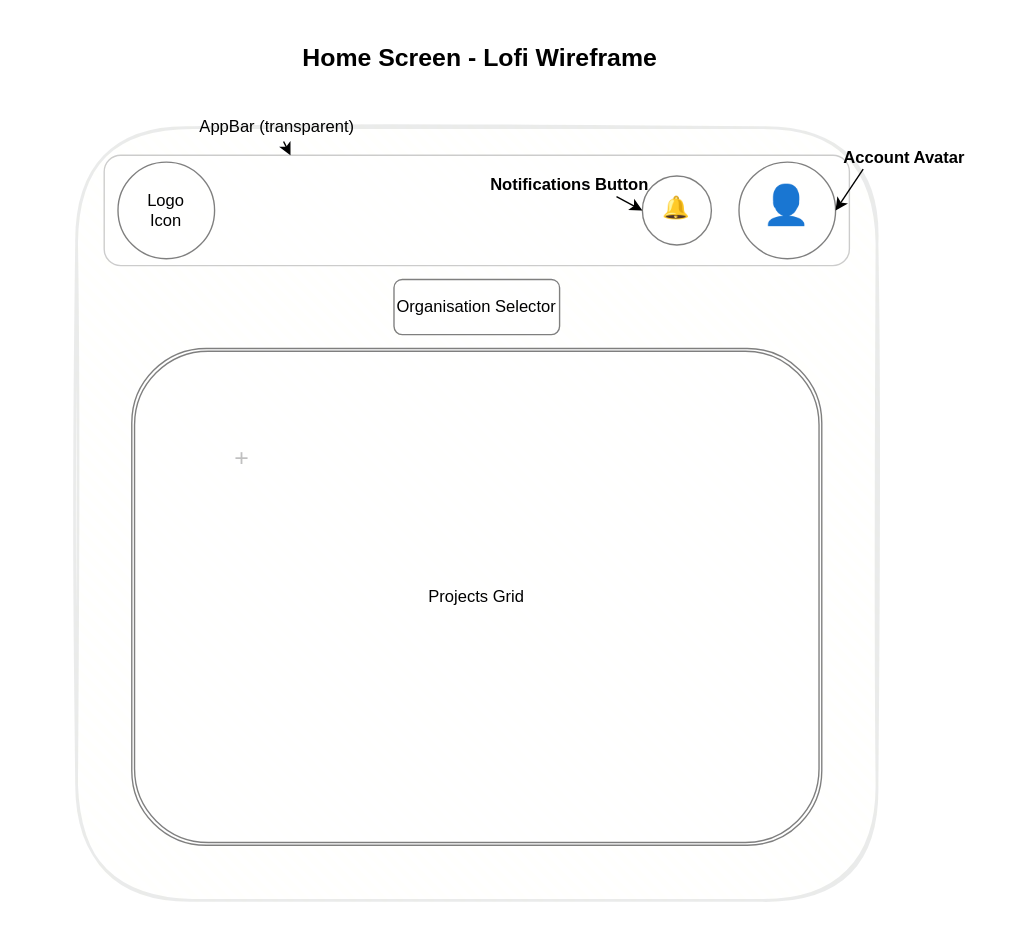
The draw.io diagram page "Wireframes" (4 of 4) of packages/flutter/apps/adventuring/the_process/docs/design/home/home.dio in enspyrco/monorepo, before the edit. Source tidied: cells renumbered, new cells numbered last; positions are measured from the earlier drawing's top-left corner, leaving out a move shared by most shapes. Both pictures are drawn from the tidied source at 138%, with x=0, y=0 at pixel (76, 44).
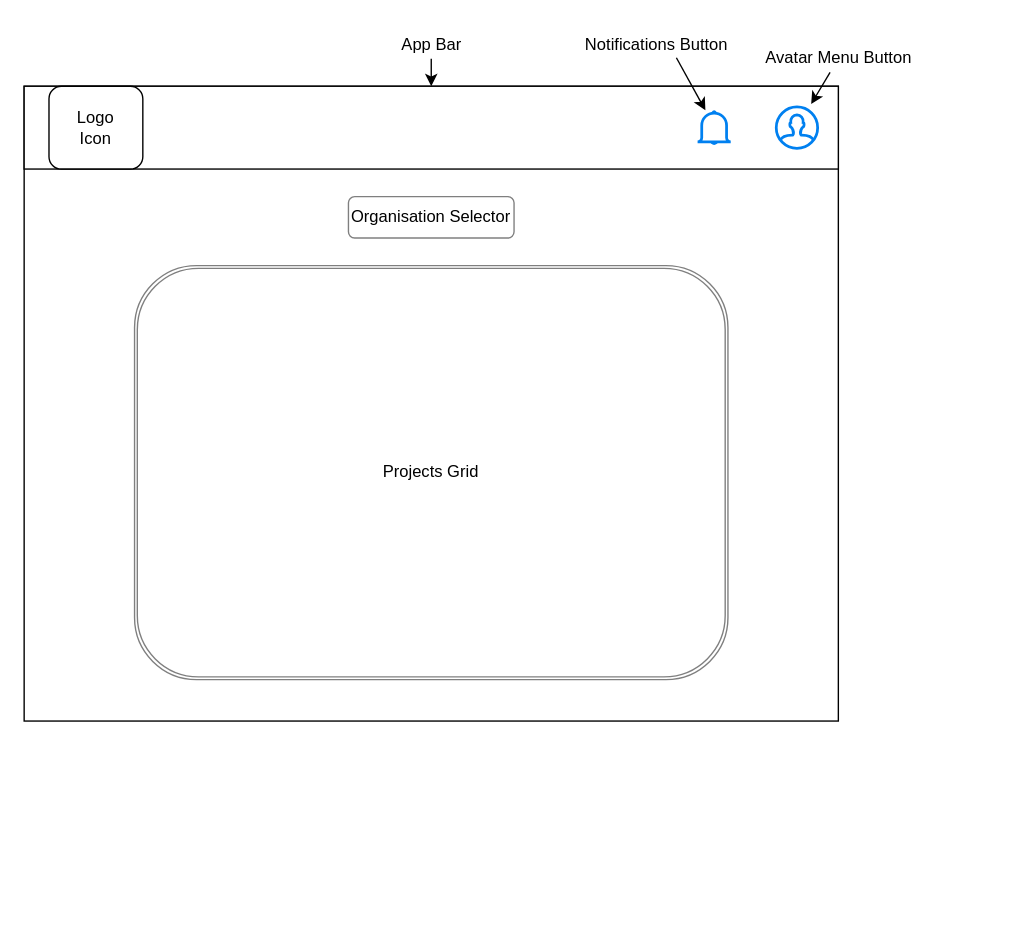
Above is the later version.

Change to the diagram source:
```diff
@@
 <mxGraphModel>
   <root>
     <mxCell id="0" />
     <mxCell id="1" parent="0" />
-    <mxCell id="2" style="rounded=1;whiteSpace=wrap;html=1;strokeWidth=2;fillWeight=4;hachureGap=8;hachureAngle=45;fillColor=#f9f7ed;sketch=1;opacity=10;strokeColor=#36393d;" parent="1" vertex="1">
-      <mxGeometry y="60" width="580" height="560" as="geometry" />
-    </mxCell>
-    <mxCell id="3" style="rounded=1;whiteSpace=wrap;html=1;opacity=20;" parent="1" vertex="1">
-      <mxGeometry x="20" y="80" width="540" height="80" as="geometry" />
-    </mxCell>
-    <mxCell id="4" value="&lt;h2&gt;Home Screen - Lofi Wireframe&lt;/h2&gt;" style="text;html=1;strokeColor=none;fillColor=none;align=center;verticalAlign=middle;whiteSpace=wrap;rounded=0;opacity=50;" parent="1" vertex="1">
-      <mxGeometry x="155" width="275" height="20" as="geometry" />
-    </mxCell>
+    <mxCell id="17" style="whiteSpace=wrap;html=1;" parent="1" vertex="1">
+      <mxGeometry x="-38" y="30" width="590" height="460" as="geometry" />
+    </mxCell>
+    <mxCell id="18" style="whiteSpace=wrap;html=1;" parent="1" vertex="1">
+      <mxGeometry x="-38" y="30" width="590" height="60" as="geometry" />
+    </mxCell>
+    <mxCell id="19" style="edgeStyle=none;html=1;entryX=0.5;entryY=0;entryDx=0;entryDy=0;" parent="1" edge="1" source="20" target="18">
+      <mxGeometry relative="1" as="geometry" />
+    </mxCell>
+    <mxCell id="20" value="App Bar" style="text;html=1;align=center;verticalAlign=middle;points=[];strokeColor=none;fillColor=none;" parent="1" vertex="1">
+      <mxGeometry x="227" y="-10" width="60" height="20" as="geometry" />
+    </mxCell>
+    <mxCell id="21" style="edgeStyle=none;html=1;" parent="1" edge="1" source="22">
+      <mxGeometry relative="1" as="geometry">
+        <mxPoint x="532.3" y="42.9" as="targetPoint" />
+      </mxGeometry>
+    </mxCell>
+    <mxCell id="22" value="Avatar Menu Button" style="text;html=1;align=center;verticalAlign=middle;points=[];strokeColor=none;fillColor=none;" parent="1" vertex="1">
+      <mxGeometry x="492" width="120" height="20" as="geometry" />
+    </mxCell>
-    <mxCell id="5" value="Logo&lt;br&gt;Icon" style="ellipse;whiteSpace=wrap;html=1;opacity=50;" parent="1" vertex="1">
-      <mxGeometry x="30" y="85" width="70" height="70" as="geometry" />
+    <mxCell id="5" value="Logo&lt;br&gt;Icon" style="rounded=1;whiteSpace=wrap;html=1;" parent="1" vertex="1">
+      <mxGeometry x="-20" y="30" width="68" height="60" as="geometry" />
     </mxCell>
+    <mxCell id="23" style="html=1;verticalLabelPosition=bottom;align=center;labelBackgroundColor=#ffffff;verticalAlign=top;strokeWidth=2;strokeColor=#0080F0;shadow=0;dashed=0;shape=mxgraph.ios7.icons.user;" parent="1" vertex="1">
+      <mxGeometry x="507" y="45" width="30" height="30" as="geometry" />
+    </mxCell>
+    <mxCell id="24" style="html=1;verticalLabelPosition=bottom;align=center;labelBackgroundColor=#ffffff;verticalAlign=top;strokeWidth=2;strokeColor=#0080F0;shadow=0;dashed=0;shape=mxgraph.ios7.icons.bell;" parent="1" vertex="1">
+      <mxGeometry x="450" y="48.5" width="24" height="23.1" as="geometry" />
+    </mxCell>
+    <mxCell id="14" value="Notifications Button" style="text;html=1;align=center;verticalAlign=middle;points=[];strokeColor=none;fillColor=none;" parent="1" vertex="1">
+      <mxGeometry x="360" y="-10" width="120" height="20" as="geometry" />
+    </mxCell>
+    <mxCell id="25" style="edgeStyle=none;html=1;exitX=0.622;exitY=0.967;exitDx=0;exitDy=0;exitPerimeter=0;entryX=0.236;entryY=-0.048;entryDx=0;entryDy=0;entryPerimeter=0;" parent="1" edge="1" source="14" target="24">
+      <mxGeometry relative="1" as="geometry" />
+    </mxCell>
     <mxCell id="6" value="Organisation Selector" style="rounded=1;whiteSpace=wrap;html=1;opacity=50;" parent="1" vertex="1">
-      <mxGeometry x="230" y="170" width="120" height="40" as="geometry" />
+      <mxGeometry x="197" y="110" width="120" height="30" as="geometry" />
     </mxCell>
-    <mxCell id="7" value="&lt;span style=&quot;font-family: &amp;#34;apple color emoji&amp;#34; , &amp;#34;segoe ui emoji&amp;#34; , &amp;#34;notocoloremoji&amp;#34; , &amp;#34;noto color emoji&amp;#34; , &amp;#34;segoe ui symbol&amp;#34; , &amp;#34;android emoji&amp;#34; , &amp;#34;emojisymbols&amp;#34; ; line-height: 1em&quot;&gt;&lt;font style=&quot;font-size: 16px&quot;&gt;🔔&lt;/font&gt;&lt;/span&gt;" style="ellipse;whiteSpace=wrap;html=1;opacity=50;" parent="1" vertex="1">
-      <mxGeometry x="410" y="95" width="50" height="50" as="geometry" />
-    </mxCell>
-    <mxCell id="8" value="&lt;span style=&quot;font-family: &amp;#34;apple color emoji&amp;#34; , &amp;#34;segoe ui emoji&amp;#34; , &amp;#34;notocoloremoji&amp;#34; , &amp;#34;noto color emoji&amp;#34; , &amp;#34;segoe ui symbol&amp;#34; , &amp;#34;android emoji&amp;#34; , &amp;#34;emojisymbols&amp;#34; ; line-height: 1em&quot;&gt;&lt;font style=&quot;font-size: 28px&quot;&gt;👤&lt;/font&gt;&lt;/span&gt;" style="ellipse;whiteSpace=wrap;html=1;opacity=50;" parent="1" vertex="1">
-      <mxGeometry x="480" y="85" width="70" height="70" as="geometry" />
-    </mxCell>
-    <mxCell id="9" value="&lt;font style=&quot;font-size: 18px&quot;&gt;+&lt;/font&gt;" style="text;html=1;strokeColor=none;fillColor=none;align=center;verticalAlign=middle;whiteSpace=wrap;rounded=0;opacity=10;" parent="1" vertex="1">
-      <mxGeometry x="100" y="290" width="40" height="20" as="geometry" />
-    </mxCell>
     <mxCell id="10" value="Projects Grid" style="shape=ext;double=1;rounded=1;whiteSpace=wrap;html=1;opacity=50;" parent="1" vertex="1">
-      <mxGeometry x="40" y="220" width="500" height="360" as="geometry" />
+      <mxGeometry x="42" y="160" width="430" height="300" as="geometry" />
     </mxCell>
-    <mxCell id="11" style="edgeStyle=none;html=1;exitX=0.25;exitY=1;exitDx=0;exitDy=0;entryX=1;entryY=0.5;entryDx=0;entryDy=0;fontSize=12;" parent="1" edge="1" source="12" target="8">
-      <mxGeometry relative="1" as="geometry" />
-    </mxCell>
-    <mxCell id="12" value="&lt;h2&gt;&lt;font style=&quot;font-size: 12px&quot;&gt;Account Avatar&lt;/font&gt;&lt;/h2&gt;" style="text;html=1;strokeColor=none;fillColor=none;align=center;verticalAlign=middle;whiteSpace=wrap;rounded=0;opacity=50;" parent="1" vertex="1">
-      <mxGeometry x="540" y="70" width="120" height="20" as="geometry" />
-    </mxCell>
-    <mxCell id="13" style="edgeStyle=none;html=1;exitX=0.75;exitY=1;exitDx=0;exitDy=0;entryX=0;entryY=0.5;entryDx=0;entryDy=0;fontSize=12;" parent="1" edge="1" source="14" target="7">
-      <mxGeometry relative="1" as="geometry" />
-    </mxCell>
-    <mxCell id="14" value="&lt;h2&gt;&lt;font style=&quot;font-size: 12px&quot;&gt;Notifications Button&lt;/font&gt;&lt;/h2&gt;" style="text;html=1;strokeColor=none;fillColor=none;align=center;verticalAlign=middle;whiteSpace=wrap;rounded=0;opacity=50;" parent="1" vertex="1">
-      <mxGeometry x="290" y="90" width="135" height="20" as="geometry" />
-    </mxCell>
-    <mxCell id="15" style="edgeStyle=none;html=1;entryX=0.25;entryY=0;entryDx=0;entryDy=0;" parent="1" edge="1" source="16" target="3">
-      <mxGeometry relative="1" as="geometry" />
-    </mxCell>
-    <mxCell id="16" value="AppBar (transparent)" style="text;html=1;align=center;verticalAlign=middle;points=[];strokeColor=none;fillColor=none;" parent="1" vertex="1">
-      <mxGeometry x="80" y="50" width="130" height="20" as="geometry" />
-    </mxCell>
   </root>
 </mxGraphModel>
```
